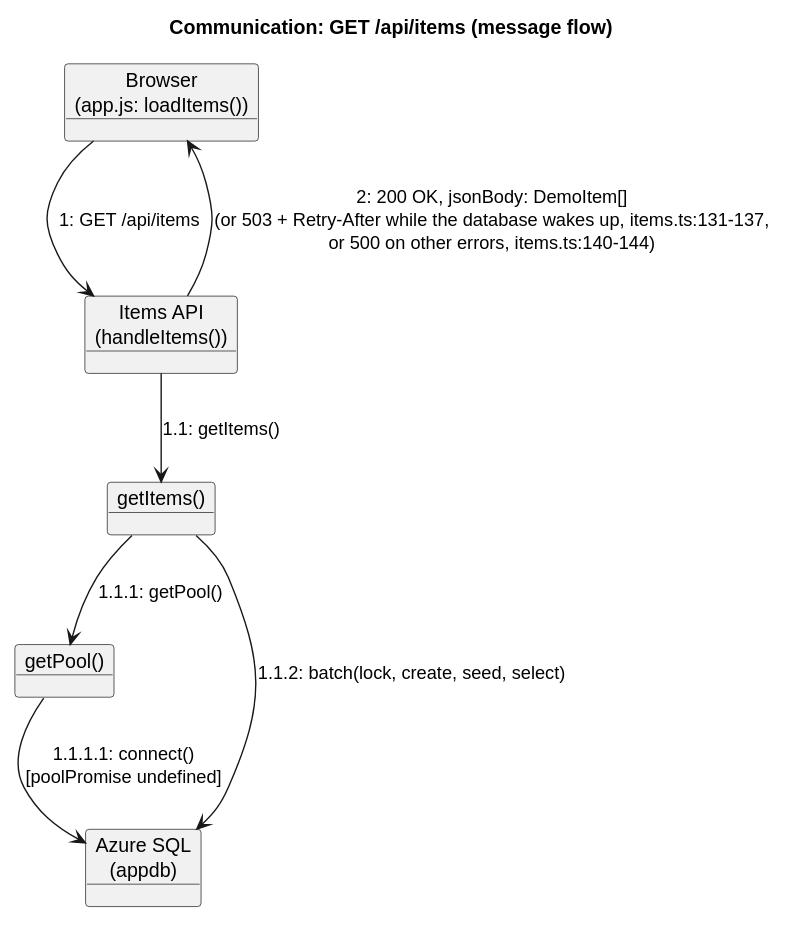
Earlier version of the PlantUML export uml/interaction/12-communication.svg (wolffy-au/frictionless-sample-azure).
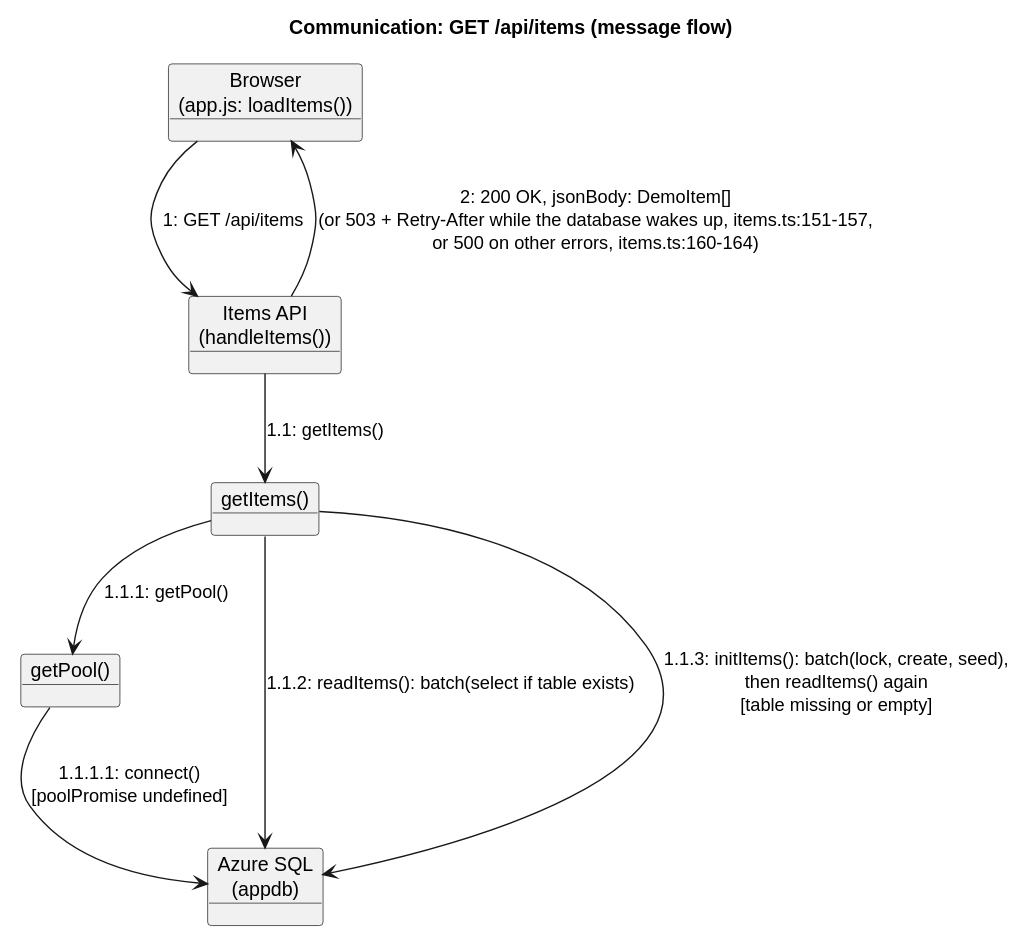
The same file after the commit.

Diff of the diagram source:
```diff
@@ -11,6 +11,7 @@
 ItemsAPI --> GetItems : 1.1: getItems()
 GetItems --> GetPool : 1.1.1: getPool()
 GetPool --> Sql : 1.1.1.1: connect()\n[poolPromise undefined]
-GetItems --> Sql : 1.1.2: batch(lock, create, seed, select)
-ItemsAPI --> Browser : 2: 200 OK, jsonBody: DemoItem[]\n(or 503 + Retry-After while the database wakes up, items.ts:131-137,\nor 500 on other errors, items.ts:140-144)
+GetItems --> Sql : 1.1.2: readItems(): batch(select if table exists)
+GetItems --> Sql : 1.1.3: initItems(): batch(lock, create, seed),\nthen readItems() again\n[table missing or empty]
+ItemsAPI --> Browser : 2: 200 OK, jsonBody: DemoItem[]\n(or 503 + Retry-After while the database wakes up, items.ts:151-157,\nor 500 on other errors, items.ts:160-164)
 @enduml
```
